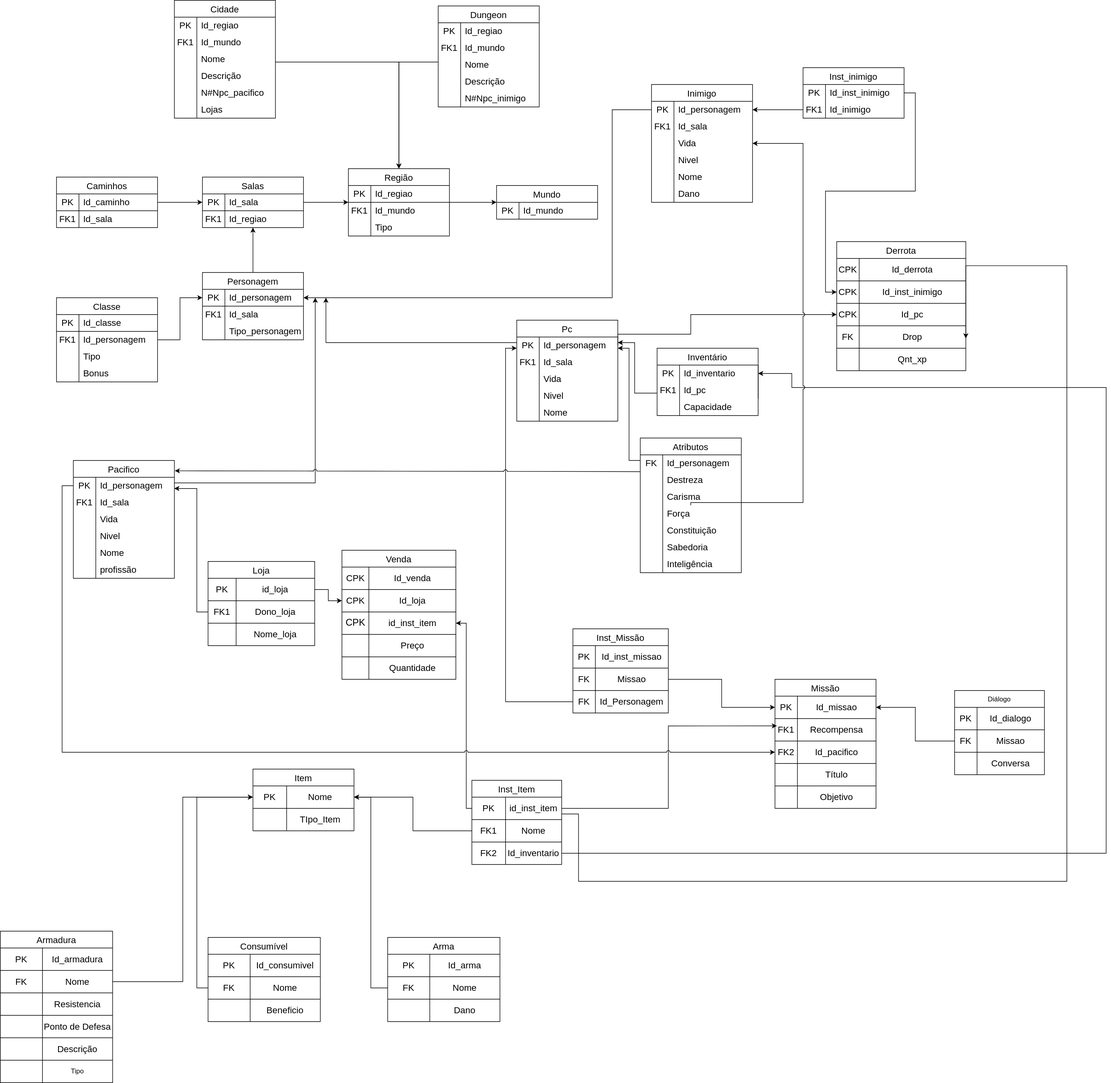
This is docs/modulo_01/MER.drawio.svg from SBD1/2024.2-D-D-classico, a draw.io export, as it was before one commit. Source tidied: cells renumbered, new cells last; positions are measured from the earlier drawing's top-left corner, leaving out a move shared by most shapes.
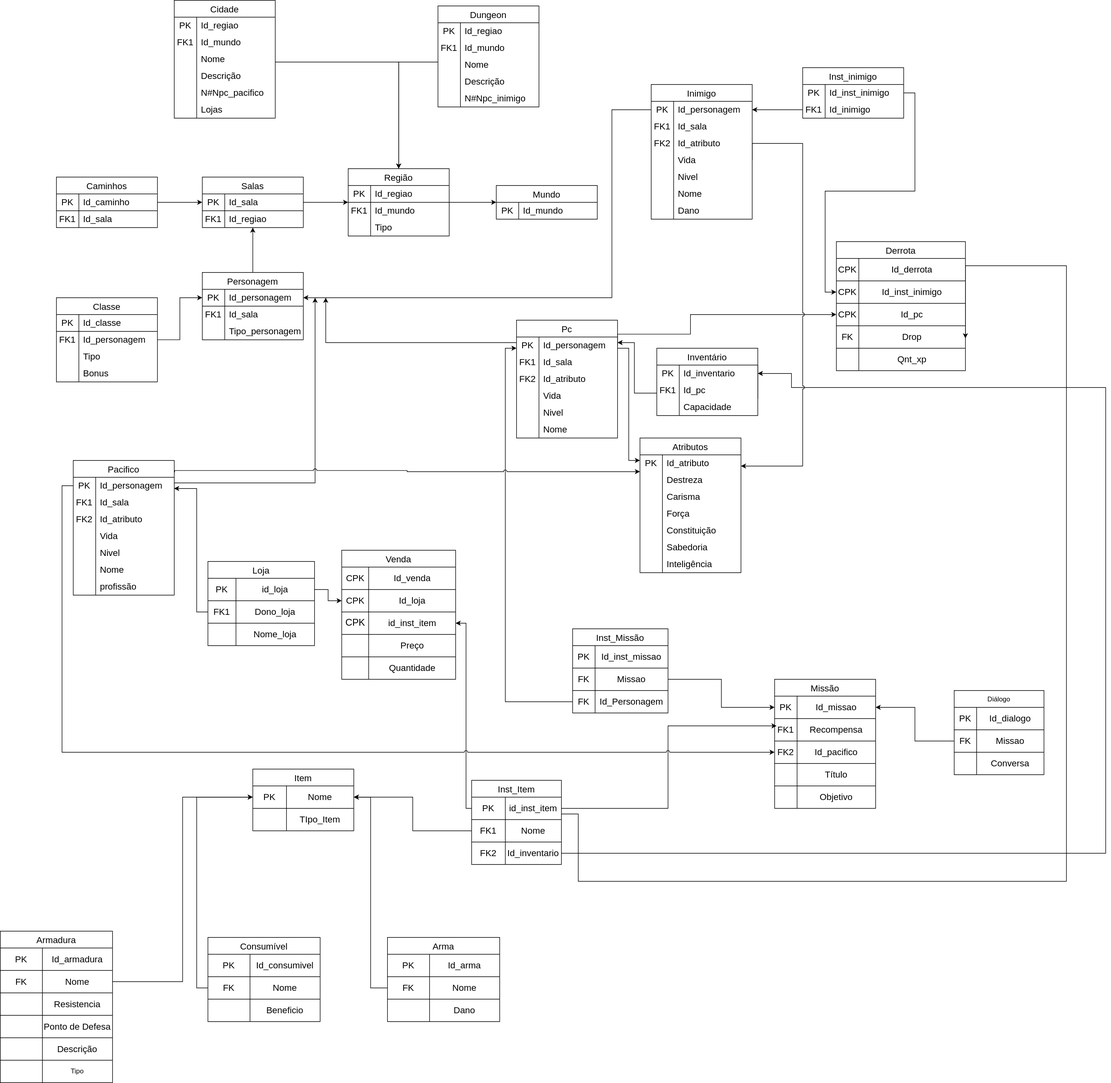
Above is the later version.

Commit message:
Atualiza relacao de personagens com atributos

Diff of the diagram source:
```diff
@@ -602,3 +602,3 @@
     <mxCell id="190" value="Pc" style="shape=table;startSize=30;rowLines=0;fontStyle=0;strokeColor=default;fontSize=16;" parent="1" vertex="1">
-      <mxGeometry x="920" y="570" width="180" height="180" as="geometry" />
+      <mxGeometry x="920" y="570" width="180" height="210" as="geometry" />
     </mxCell>
@@ -613,9 +613,18 @@
     </mxCell>
+    <mxCell id="352" style="shape=tableRow;horizontal=0;startSize=0;swimlaneHead=0;swimlaneBody=0;top=0;left=0;bottom=0;right=0;fillColor=none;strokeColor=inherit;fontSize=16;" parent="190" vertex="1">
+      <mxGeometry y="60" width="180" height="30" as="geometry" />
+    </mxCell>
+    <mxCell id="353" value="FK1" style="shape=partialRectangle;html=1;whiteSpace=wrap;fillColor=none;top=0;left=0;bottom=0;right=0;overflow=hidden;strokeColor=inherit;fontSize=16;" parent="352" vertex="1">
+      <mxGeometry width="40" height="30" as="geometry" />
+    </mxCell>
+    <mxCell id="354" value="Id_sala" style="shape=partialRectangle;html=1;whiteSpace=wrap;fillColor=none;top=0;left=0;bottom=0;right=0;align=left;spacingLeft=6;overflow=hidden;strokeColor=inherit;fontSize=16;" parent="352" vertex="1">
+      <mxGeometry x="40" width="140" height="30" as="geometry" />
+    </mxCell>
     <mxCell id="194" style="shape=tableRow;horizontal=0;startSize=0;swimlaneHead=0;swimlaneBody=0;top=0;left=0;bottom=0;right=0;fillColor=none;strokeColor=inherit;fontSize=16;" parent="190" vertex="1">
-      <mxGeometry y="60" width="180" height="30" as="geometry" />
+      <mxGeometry y="90" width="180" height="30" as="geometry" />
     </mxCell>
-    <mxCell id="195" value="FK1" style="shape=partialRectangle;html=1;whiteSpace=wrap;fillColor=none;top=0;left=0;bottom=0;right=0;overflow=hidden;strokeColor=inherit;fontSize=16;" parent="194" vertex="1">
+    <mxCell id="195" value="FK2" style="shape=partialRectangle;html=1;whiteSpace=wrap;fillColor=none;top=0;left=0;bottom=0;right=0;overflow=hidden;strokeColor=inherit;fontSize=16;" parent="194" vertex="1">
       <mxGeometry width="40" height="30" as="geometry" />
     </mxCell>
-    <mxCell id="196" value="Id_sala" style="shape=partialRectangle;html=1;whiteSpace=wrap;fillColor=none;top=0;left=0;bottom=0;right=0;align=left;spacingLeft=6;overflow=hidden;strokeColor=inherit;fontSize=16;" parent="194" vertex="1">
+    <mxCell id="196" value="Id_atributo" style="shape=partialRectangle;html=1;whiteSpace=wrap;fillColor=none;top=0;left=0;bottom=0;right=0;align=left;spacingLeft=6;overflow=hidden;strokeColor=inherit;fontSize=16;" parent="194" vertex="1">
       <mxGeometry x="40" width="140" height="30" as="geometry" />
@@ -623,3 +632,3 @@
     <mxCell id="197" style="shape=tableRow;horizontal=0;startSize=0;swimlaneHead=0;swimlaneBody=0;top=0;left=0;bottom=0;right=0;fillColor=none;strokeColor=inherit;fontSize=16;" parent="190" vertex="1">
-      <mxGeometry y="90" width="180" height="30" as="geometry" />
+      <mxGeometry y="120" width="180" height="30" as="geometry" />
     </mxCell>
@@ -632,3 +641,3 @@
     <mxCell id="200" style="shape=tableRow;horizontal=0;startSize=0;swimlaneHead=0;swimlaneBody=0;top=0;left=0;bottom=0;right=0;fillColor=none;strokeColor=inherit;fontSize=16;" parent="190" vertex="1">
-      <mxGeometry y="120" width="180" height="30" as="geometry" />
+      <mxGeometry y="150" width="180" height="30" as="geometry" />
     </mxCell>
@@ -641,3 +650,3 @@
     <mxCell id="203" style="shape=tableRow;horizontal=0;startSize=0;swimlaneHead=0;swimlaneBody=0;top=0;left=0;bottom=0;right=0;fillColor=none;strokeColor=inherit;fontSize=16;" parent="190" vertex="1">
-      <mxGeometry y="150" width="180" height="30" as="geometry" />
+      <mxGeometry y="180" width="180" height="30" as="geometry" />
     </mxCell>
@@ -655,6 +664,6 @@
     </mxCell>
-    <mxCell id="208" value="FK" style="shape=partialRectangle;html=1;whiteSpace=wrap;fillColor=none;top=0;left=0;bottom=0;right=0;overflow=hidden;strokeColor=default;fontSize=16;perimeterSpacing=1;" parent="207" vertex="1">
+    <mxCell id="208" value="PK" style="shape=partialRectangle;html=1;whiteSpace=wrap;fillColor=none;top=0;left=0;bottom=0;right=0;overflow=hidden;strokeColor=default;fontSize=16;perimeterSpacing=1;" parent="207" vertex="1">
       <mxGeometry width="40" height="30" as="geometry" />
     </mxCell>
-    <mxCell id="209" value="Id_personagem" style="shape=partialRectangle;html=1;whiteSpace=wrap;fillColor=none;top=0;left=0;bottom=0;right=0;align=left;spacingLeft=6;overflow=hidden;strokeColor=default;fontSize=16;perimeterSpacing=1;" parent="207" vertex="1">
+    <mxCell id="209" value="Id_atributo" style="shape=partialRectangle;html=1;whiteSpace=wrap;fillColor=none;top=0;left=0;bottom=0;right=0;align=left;spacingLeft=6;overflow=hidden;strokeColor=default;fontSize=16;perimeterSpacing=1;" parent="207" vertex="1">
       <mxGeometry x="40" width="140" height="30" as="geometry" />
@@ -716,3 +725,3 @@
     <mxCell id="228" value="Pacifico" style="shape=table;startSize=30;rowLines=0;fontStyle=0;strokeColor=default;fontSize=16;" parent="1" vertex="1">
-      <mxGeometry x="130" y="820" width="180" height="210" as="geometry" />
+      <mxGeometry x="130" y="820" width="180" height="240" as="geometry" />
     </mxCell>
@@ -727,9 +736,18 @@
     </mxCell>
+    <mxCell id="355" style="shape=tableRow;horizontal=0;startSize=0;swimlaneHead=0;swimlaneBody=0;top=0;left=0;bottom=0;right=0;fillColor=none;strokeColor=inherit;fontSize=16;" parent="228" vertex="1">
+      <mxGeometry y="60" width="180" height="30" as="geometry" />
+    </mxCell>
+    <mxCell id="356" value="FK1" style="shape=partialRectangle;html=1;whiteSpace=wrap;fillColor=none;top=0;left=0;bottom=0;right=0;overflow=hidden;strokeColor=inherit;fontSize=16;" parent="355" vertex="1">
+      <mxGeometry width="40" height="30" as="geometry" />
+    </mxCell>
+    <mxCell id="357" value="Id_sala" style="shape=partialRectangle;html=1;whiteSpace=wrap;fillColor=none;top=0;left=0;bottom=0;right=0;align=left;spacingLeft=6;overflow=hidden;strokeColor=inherit;fontSize=16;" parent="355" vertex="1">
+      <mxGeometry x="40" width="140" height="30" as="geometry" />
+    </mxCell>
     <mxCell id="232" style="shape=tableRow;horizontal=0;startSize=0;swimlaneHead=0;swimlaneBody=0;top=0;left=0;bottom=0;right=0;fillColor=none;strokeColor=inherit;fontSize=16;" parent="228" vertex="1">
-      <mxGeometry y="60" width="180" height="30" as="geometry" />
+      <mxGeometry y="90" width="180" height="30" as="geometry" />
     </mxCell>
-    <mxCell id="233" value="FK1" style="shape=partialRectangle;html=1;whiteSpace=wrap;fillColor=none;top=0;left=0;bottom=0;right=0;overflow=hidden;strokeColor=inherit;fontSize=16;" parent="232" vertex="1">
+    <mxCell id="233" value="FK2" style="shape=partialRectangle;html=1;whiteSpace=wrap;fillColor=none;top=0;left=0;bottom=0;right=0;overflow=hidden;strokeColor=inherit;fontSize=16;" parent="232" vertex="1">
       <mxGeometry width="40" height="30" as="geometry" />
     </mxCell>
-    <mxCell id="234" value="Id_sala" style="shape=partialRectangle;html=1;whiteSpace=wrap;fillColor=none;top=0;left=0;bottom=0;right=0;align=left;spacingLeft=6;overflow=hidden;strokeColor=inherit;fontSize=16;" parent="232" vertex="1">
+    <mxCell id="234" value="Id_atributo" style="shape=partialRectangle;html=1;whiteSpace=wrap;fillColor=none;top=0;left=0;bottom=0;right=0;align=left;spacingLeft=6;overflow=hidden;strokeColor=inherit;fontSize=16;" parent="232" vertex="1">
       <mxGeometry x="40" width="140" height="30" as="geometry" />
@@ -737,3 +755,3 @@
     <mxCell id="235" style="shape=tableRow;horizontal=0;startSize=0;swimlaneHead=0;swimlaneBody=0;top=0;left=0;bottom=0;right=0;fillColor=none;strokeColor=inherit;fontSize=16;" parent="228" vertex="1">
-      <mxGeometry y="90" width="180" height="30" as="geometry" />
+      <mxGeometry y="120" width="180" height="30" as="geometry" />
     </mxCell>
@@ -746,3 +764,3 @@
     <mxCell id="238" style="shape=tableRow;horizontal=0;startSize=0;swimlaneHead=0;swimlaneBody=0;top=0;left=0;bottom=0;right=0;fillColor=none;strokeColor=inherit;fontSize=16;" parent="228" vertex="1">
-      <mxGeometry y="120" width="180" height="30" as="geometry" />
+      <mxGeometry y="150" width="180" height="30" as="geometry" />
     </mxCell>
@@ -755,3 +773,3 @@
     <mxCell id="241" style="shape=tableRow;horizontal=0;startSize=0;swimlaneHead=0;swimlaneBody=0;top=0;left=0;bottom=0;right=0;fillColor=none;strokeColor=inherit;fontSize=16;" parent="228" vertex="1">
-      <mxGeometry y="150" width="180" height="30" as="geometry" />
+      <mxGeometry y="180" width="180" height="30" as="geometry" />
     </mxCell>
@@ -764,3 +782,3 @@
     <mxCell id="244" style="shape=tableRow;horizontal=0;startSize=0;swimlaneHead=0;swimlaneBody=0;top=0;left=0;bottom=0;right=0;fillColor=none;strokeColor=inherit;fontSize=16;" parent="228" vertex="1">
-      <mxGeometry y="180" width="180" height="30" as="geometry" />
+      <mxGeometry y="210" width="180" height="30" as="geometry" />
     </mxCell>
@@ -773,3 +791,3 @@
     <mxCell id="247" value="Inimigo" style="shape=table;startSize=30;rowLines=0;fontStyle=0;strokeColor=default;fontSize=16;" parent="1" vertex="1">
-      <mxGeometry x="1160" y="150" width="180" height="210" as="geometry" />
+      <mxGeometry x="1160" y="150" width="180" height="240" as="geometry" />
     </mxCell>
@@ -784,9 +802,18 @@
     </mxCell>
+    <mxCell id="358" style="shape=tableRow;horizontal=0;startSize=0;swimlaneHead=0;swimlaneBody=0;top=0;left=0;bottom=0;right=0;fillColor=none;strokeColor=inherit;fontSize=16;" parent="247" vertex="1">
+      <mxGeometry y="60" width="180" height="30" as="geometry" />
+    </mxCell>
+    <mxCell id="359" value="FK1" style="shape=partialRectangle;html=1;whiteSpace=wrap;fillColor=none;top=0;left=0;bottom=0;right=0;overflow=hidden;strokeColor=inherit;fontSize=16;" parent="358" vertex="1">
+      <mxGeometry width="40" height="30" as="geometry" />
+    </mxCell>
+    <mxCell id="360" value="Id_sala" style="shape=partialRectangle;html=1;whiteSpace=wrap;fillColor=none;top=0;left=0;bottom=0;right=0;align=left;spacingLeft=6;overflow=hidden;strokeColor=inherit;fontSize=16;" parent="358" vertex="1">
+      <mxGeometry x="40" width="140" height="30" as="geometry" />
+    </mxCell>
     <mxCell id="251" style="shape=tableRow;horizontal=0;startSize=0;swimlaneHead=0;swimlaneBody=0;top=0;left=0;bottom=0;right=0;fillColor=none;strokeColor=inherit;fontSize=16;" parent="247" vertex="1">
-      <mxGeometry y="60" width="180" height="30" as="geometry" />
+      <mxGeometry y="90" width="180" height="30" as="geometry" />
     </mxCell>
-    <mxCell id="252" value="FK1" style="shape=partialRectangle;html=1;whiteSpace=wrap;fillColor=none;top=0;left=0;bottom=0;right=0;overflow=hidden;strokeColor=inherit;fontSize=16;" parent="251" vertex="1">
+    <mxCell id="252" value="FK2" style="shape=partialRectangle;html=1;whiteSpace=wrap;fillColor=none;top=0;left=0;bottom=0;right=0;overflow=hidden;strokeColor=inherit;fontSize=16;" parent="251" vertex="1">
       <mxGeometry width="40" height="30" as="geometry" />
     </mxCell>
-    <mxCell id="253" value="Id_sala" style="shape=partialRectangle;html=1;whiteSpace=wrap;fillColor=none;top=0;left=0;bottom=0;right=0;align=left;spacingLeft=6;overflow=hidden;strokeColor=inherit;fontSize=16;" parent="251" vertex="1">
+    <mxCell id="253" value="Id_atributo" style="shape=partialRectangle;html=1;whiteSpace=wrap;fillColor=none;top=0;left=0;bottom=0;right=0;align=left;spacingLeft=6;overflow=hidden;strokeColor=inherit;fontSize=16;" parent="251" vertex="1">
       <mxGeometry x="40" width="140" height="30" as="geometry" />
@@ -794,3 +821,3 @@
     <mxCell id="254" style="shape=tableRow;horizontal=0;startSize=0;swimlaneHead=0;swimlaneBody=0;top=0;left=0;bottom=0;right=0;fillColor=none;points=[[0,0.5],[1,0.5]];portConstraint=eastwest;strokeColor=inherit;fontSize=16;" parent="247" vertex="1">
-      <mxGeometry y="90" width="180" height="30" as="geometry" />
+      <mxGeometry y="120" width="180" height="30" as="geometry" />
     </mxCell>
@@ -803,3 +830,3 @@
     <mxCell id="257" style="shape=tableRow;horizontal=0;startSize=0;swimlaneHead=0;swimlaneBody=0;top=0;left=0;bottom=0;right=0;fillColor=none;strokeColor=inherit;fontSize=16;" parent="247" vertex="1">
-      <mxGeometry y="120" width="180" height="30" as="geometry" />
+      <mxGeometry y="150" width="180" height="30" as="geometry" />
     </mxCell>
@@ -812,3 +839,3 @@
     <mxCell id="260" style="shape=tableRow;horizontal=0;startSize=0;swimlaneHead=0;swimlaneBody=0;top=0;left=0;bottom=0;right=0;fillColor=none;strokeColor=inherit;fontSize=16;" parent="247" vertex="1">
-      <mxGeometry y="150" width="180" height="30" as="geometry" />
+      <mxGeometry y="180" width="180" height="30" as="geometry" />
     </mxCell>
@@ -821,3 +848,3 @@
     <mxCell id="263" style="shape=tableRow;horizontal=0;startSize=0;swimlaneHead=0;swimlaneBody=0;top=0;left=0;bottom=0;right=0;fillColor=none;strokeColor=inherit;fontSize=16;" parent="247" vertex="1">
-      <mxGeometry y="180" width="180" height="30" as="geometry" />
+      <mxGeometry y="210" width="180" height="30" as="geometry" />
     </mxCell>
@@ -1100,8 +1127,8 @@
     </mxCell>
-    <mxCell id="347" style="edgeStyle=orthogonalEdgeStyle;rounded=0;jettySize=auto;html=1;" parent="1" edge="1" source="207">
+    <mxCell id="347" style="edgeStyle=orthogonalEdgeStyle;rounded=0;jettySize=auto;html=1;" parent="1" edge="1" target="207">
       <mxGeometry relative="1" as="geometry">
-        <mxPoint x="1100" y="620" as="targetPoint" />
+        <mxPoint x="1100" y="620" as="sourcePoint" />
         <Array as="points">
+          <mxPoint x="1120" y="620" />
           <mxPoint x="1120" y="820" />
-          <mxPoint x="1120" y="620" />
         </Array>
@@ -1128,7 +1155,7 @@
     </mxCell>
-    <mxCell id="350" style="edgeStyle=orthogonalEdgeStyle;rounded=0;jettySize=auto;html=1;entryX=1.004;entryY=0.088;entryDx=0;entryDy=0;entryPerimeter=0;jumpStyle=arc;" parent="1" edge="1" source="210" target="228">
+    <mxCell id="350" style="edgeStyle=orthogonalEdgeStyle;rounded=0;jettySize=auto;html=1;jumpStyle=arc;exitX=1.004;exitY=0.088;exitDx=0;exitDy=0;exitPerimeter=0;" parent="1" edge="1" source="228" target="210">
       <mxGeometry relative="1" as="geometry">
         <Array as="points">
+          <mxPoint x="725" y="838" />
           <mxPoint x="725" y="840" />
-          <mxPoint x="725" y="838" />
         </Array>
@@ -1136,8 +1163,8 @@
     </mxCell>
-    <mxCell id="351" style="edgeStyle=orthogonalEdgeStyle;rounded=0;jettySize=auto;html=1;entryX=1;entryY=0.5;entryDx=0;entryDy=0;jumpStyle=arc;" parent="1" edge="1" source="216" target="254">
+    <mxCell id="351" style="edgeStyle=orthogonalEdgeStyle;rounded=0;jettySize=auto;html=1;jumpStyle=arc;exitX=1;exitY=0.5;exitDx=0;exitDy=0;" parent="1" edge="1" source="254" target="207">
       <mxGeometry relative="1" as="geometry">
         <Array as="points">
-          <mxPoint x="1230" y="895" />
-          <mxPoint x="1430" y="895" />
+          <mxPoint x="1340" y="255" />
           <mxPoint x="1430" y="255" />
+          <mxPoint x="1430" y="830" />
         </Array>
```
